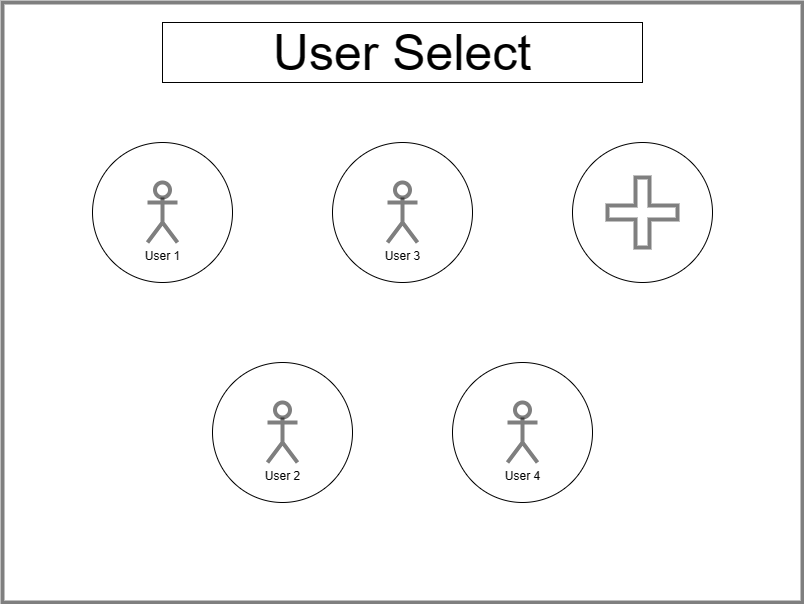
Warp2063/teched-102 keeps this draw.io diagram as Prototype.drawio.png. Above is the earlier version. Source tidied: cells renumbered, new cells last; positions are measured from the earlier drawing's top-left corner, leaving out a move shared by most shapes. The source it was exported from:
```xml
<mxGraphModel>
  <root>
    <mxCell id="0" />
    <mxCell id="1" parent="0" />
    <mxCell id="2" style="rounded=0;whiteSpace=wrap;html=1;opacity=50;strokeWidth=4;" parent="1" vertex="1">
      <mxGeometry width="800" height="600" as="geometry" />
    </mxCell>
    <mxCell id="3" style="rounded=0;whiteSpace=wrap;html=1;" parent="1" vertex="1">
      <mxGeometry x="160" y="20" width="480" height="60" as="geometry" />
    </mxCell>
    <mxCell id="4" value="User Select" style="text;html=1;strokeColor=none;fillColor=none;align=center;verticalAlign=middle;whiteSpace=wrap;rounded=0;fontSize=50;fontFamily=Helvetica;" parent="1" vertex="1">
      <mxGeometry x="160" y="20" width="480" height="60" as="geometry" />
    </mxCell>
    <mxCell id="5" style="ellipse;whiteSpace=wrap;html=1;" parent="1" vertex="1">
      <mxGeometry x="90" y="140" width="140" height="140" as="geometry" />
    </mxCell>
    <mxCell id="6" style="ellipse;whiteSpace=wrap;html=1;" parent="1" vertex="1">
      <mxGeometry x="450" y="360" width="140" height="140" as="geometry" />
    </mxCell>
    <mxCell id="7" style="ellipse;whiteSpace=wrap;html=1;verticalAlign=top;" parent="1" vertex="1">
      <mxGeometry x="210" y="360" width="140" height="140" as="geometry" />
    </mxCell>
    <mxCell id="8" style="ellipse;whiteSpace=wrap;html=1;" parent="1" vertex="1">
      <mxGeometry x="570" y="140" width="140" height="140" as="geometry" />
    </mxCell>
    <mxCell id="9" style="ellipse;whiteSpace=wrap;html=1;" parent="1" vertex="1">
      <mxGeometry x="330" y="140" width="140" height="140" as="geometry" />
    </mxCell>
    <mxCell id="10" value="User 3" style="shape=umlActor;verticalLabelPosition=bottom;verticalAlign=top;html=1;strokeWidth=4;fontFamily=Helvetica;fontSize=12;opacity=50;" parent="1" vertex="1">
      <mxGeometry x="385" y="180" width="30" height="60" as="geometry" />
    </mxCell>
    <mxCell id="11" value="&lt;font style=&quot;font-size: 12px;&quot;&gt;User 4&lt;br&gt;&lt;/font&gt;" style="shape=umlActor;verticalLabelPosition=bottom;verticalAlign=top;html=1;strokeWidth=4;fontFamily=Helvetica;fontSize=12;opacity=50;" parent="1" vertex="1">
      <mxGeometry x="505" y="400" width="30" height="60" as="geometry" />
    </mxCell>
    <mxCell id="12" value="User 2" style="shape=umlActor;verticalLabelPosition=bottom;verticalAlign=top;html=1;strokeWidth=4;fontFamily=Helvetica;fontSize=12;opacity=50;" parent="1" vertex="1">
      <mxGeometry x="265" y="400" width="30" height="60" as="geometry" />
    </mxCell>
    <mxCell id="13" value="User 1" style="shape=umlActor;verticalLabelPosition=bottom;verticalAlign=top;html=1;strokeWidth=4;fontFamily=Helvetica;fontSize=12;opacity=50;" parent="1" vertex="1">
      <mxGeometry x="145" y="180" width="30" height="60" as="geometry" />
    </mxCell>
    <mxCell id="14" style="shape=cross;whiteSpace=wrap;html=1;strokeWidth=4;fontFamily=Helvetica;fontSize=12;opacity=50;" parent="1" vertex="1">
      <mxGeometry x="605" y="175" width="70" height="70" as="geometry" />
    </mxCell>
  </root>
</mxGraphModel>
```
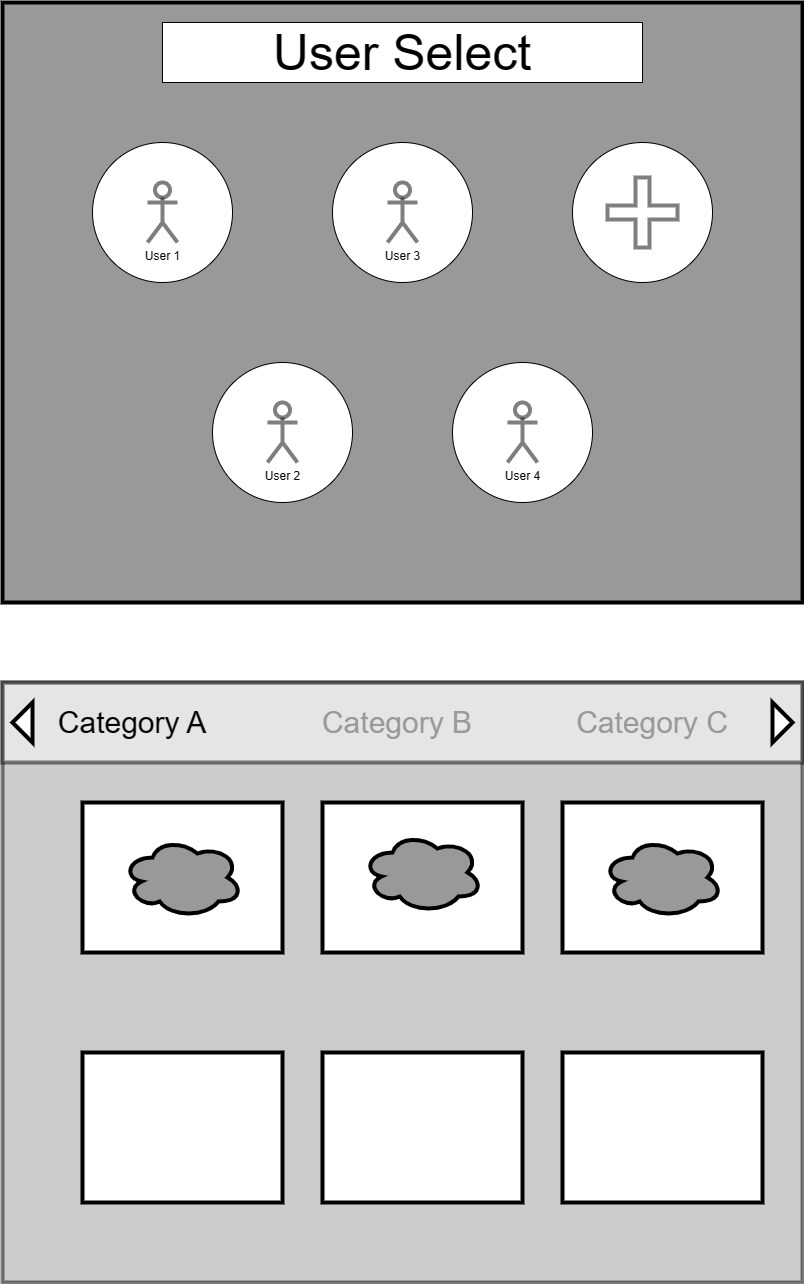
The same diagram one commit later.

Commit message:
Update Prototype.drawio.png with a category select screen

The edit, as a diff of the source:
```diff
@@ -2,7 +2,7 @@
   <root>
     <mxCell id="0" />
     <mxCell id="1" parent="0" />
-    <mxCell id="2" style="rounded=0;whiteSpace=wrap;html=1;opacity=50;strokeWidth=4;" parent="1" vertex="1">
+    <mxCell id="2" style="rounded=0;whiteSpace=wrap;html=1;strokeWidth=4;labelBackgroundColor=default;fillColor=#999999;strokeColor=#000000;" parent="1" vertex="1">
       <mxGeometry width="800" height="600" as="geometry" />
     </mxCell>
     <mxCell id="3" style="rounded=0;whiteSpace=wrap;html=1;" parent="1" vertex="1">
@@ -41,5 +41,53 @@
     <mxCell id="14" style="shape=cross;whiteSpace=wrap;html=1;strokeWidth=4;fontFamily=Helvetica;fontSize=12;opacity=50;" parent="1" vertex="1">
       <mxGeometry x="605" y="175" width="70" height="70" as="geometry" />
     </mxCell>
+    <mxCell id="15" style="rounded=0;whiteSpace=wrap;html=1;strokeWidth=4;fontFamily=Helvetica;fontSize=12;opacity=50;fillColor=#999999;" parent="1" vertex="1">
+      <mxGeometry y="680" width="800" height="600" as="geometry" />
+    </mxCell>
+    <mxCell id="16" style="rounded=0;whiteSpace=wrap;html=1;strokeWidth=4;fontFamily=Helvetica;fontSize=12;opacity=50;" parent="1" vertex="1">
+      <mxGeometry y="680" width="800" height="80" as="geometry" />
+    </mxCell>
+    <mxCell id="17" value="&lt;font style=&quot;font-size: 30px;&quot;&gt;Category A&lt;/font&gt;" style="text;html=1;strokeColor=none;fillColor=none;align=center;verticalAlign=middle;whiteSpace=wrap;rounded=0;fontSize=12;fontFamily=Helvetica;" parent="1" vertex="1">
+      <mxGeometry x="20" y="680" width="220" height="80" as="geometry" />
+    </mxCell>
+    <mxCell id="18" style="triangle;whiteSpace=wrap;html=1;labelBackgroundColor=default;strokeColor=#000000;strokeWidth=4;fontFamily=Helvetica;fontSize=30;fillColor=#FFFFFF;" parent="1" vertex="1">
+      <mxGeometry x="770" y="700" width="20" height="40" as="geometry" />
+    </mxCell>
+    <mxCell id="19" style="triangle;whiteSpace=wrap;html=1;labelBackgroundColor=default;strokeColor=#000000;strokeWidth=4;fontFamily=Helvetica;fontSize=30;fillColor=#FFFFFF;rotation=-180;" parent="1" vertex="1">
+      <mxGeometry x="10" y="700" width="20" height="40" as="geometry" />
+    </mxCell>
+    <mxCell id="20" value="&lt;font style=&quot;font-size: 30px;&quot;&gt;Category B&lt;/font&gt;" style="text;html=1;strokeColor=none;fillColor=none;align=center;verticalAlign=middle;whiteSpace=wrap;rounded=0;fontSize=12;fontFamily=Helvetica;fontColor=#999999;" parent="1" vertex="1">
+      <mxGeometry x="285" y="680" width="220" height="80" as="geometry" />
+    </mxCell>
+    <mxCell id="21" value="&lt;font style=&quot;font-size: 30px;&quot;&gt;Category C&lt;/font&gt;" style="text;html=1;strokeColor=none;fillColor=none;align=center;verticalAlign=middle;whiteSpace=wrap;rounded=0;fontSize=12;fontFamily=Helvetica;fontColor=#999999;" parent="1" vertex="1">
+      <mxGeometry x="540" y="680" width="220" height="80" as="geometry" />
+    </mxCell>
+    <mxCell id="22" style="rounded=0;whiteSpace=wrap;html=1;labelBackgroundColor=default;strokeColor=#000000;strokeWidth=4;fontFamily=Helvetica;fontSize=30;fontColor=#999999;fillColor=#FFFFFF;" parent="1" vertex="1">
+      <mxGeometry x="80" y="800" width="200" height="150" as="geometry" />
+    </mxCell>
+    <mxCell id="23" style="rounded=0;whiteSpace=wrap;html=1;labelBackgroundColor=default;strokeColor=#000000;strokeWidth=4;fontFamily=Helvetica;fontSize=30;fontColor=#999999;fillColor=#FFFFFF;" parent="1" vertex="1">
+      <mxGeometry x="560" y="1050" width="200" height="150" as="geometry" />
+    </mxCell>
+    <mxCell id="24" style="rounded=0;whiteSpace=wrap;html=1;labelBackgroundColor=default;strokeColor=#000000;strokeWidth=4;fontFamily=Helvetica;fontSize=30;fontColor=#999999;fillColor=#FFFFFF;" parent="1" vertex="1">
+      <mxGeometry x="320" y="1050" width="200" height="150" as="geometry" />
+    </mxCell>
+    <mxCell id="25" style="rounded=0;whiteSpace=wrap;html=1;labelBackgroundColor=default;strokeColor=#000000;strokeWidth=4;fontFamily=Helvetica;fontSize=30;fontColor=#999999;fillColor=#FFFFFF;" parent="1" vertex="1">
+      <mxGeometry x="80" y="1050" width="200" height="150" as="geometry" />
+    </mxCell>
+    <mxCell id="26" style="rounded=0;whiteSpace=wrap;html=1;labelBackgroundColor=default;strokeColor=#000000;strokeWidth=4;fontFamily=Helvetica;fontSize=30;fontColor=#999999;fillColor=#FFFFFF;" parent="1" vertex="1">
+      <mxGeometry x="560" y="800" width="200" height="150" as="geometry" />
+    </mxCell>
+    <mxCell id="27" style="rounded=0;whiteSpace=wrap;html=1;labelBackgroundColor=default;strokeColor=#000000;strokeWidth=4;fontFamily=Helvetica;fontSize=30;fontColor=#999999;fillColor=#FFFFFF;" parent="1" vertex="1">
+      <mxGeometry x="320" y="800" width="200" height="150" as="geometry" />
+    </mxCell>
+    <mxCell id="28" style="ellipse;shape=cloud;whiteSpace=wrap;html=1;labelBackgroundColor=default;strokeColor=#000000;strokeWidth=4;fontFamily=Helvetica;fontSize=30;fontColor=#999999;fillColor=#999999;" parent="1" vertex="1">
+      <mxGeometry x="120" y="835" width="120" height="80" as="geometry" />
+    </mxCell>
+    <mxCell id="29" style="ellipse;shape=cloud;whiteSpace=wrap;html=1;labelBackgroundColor=default;strokeColor=#000000;strokeWidth=4;fontFamily=Helvetica;fontSize=30;fontColor=#999999;fillColor=#999999;" parent="1" vertex="1">
+      <mxGeometry x="360" y="830" width="120" height="80" as="geometry" />
+    </mxCell>
+    <mxCell id="30" style="ellipse;shape=cloud;whiteSpace=wrap;html=1;labelBackgroundColor=default;strokeColor=#000000;strokeWidth=4;fontFamily=Helvetica;fontSize=30;fontColor=#999999;fillColor=#999999;" parent="1" vertex="1">
+      <mxGeometry x="600" y="835" width="120" height="80" as="geometry" />
+    </mxCell>
   </root>
 </mxGraphModel>
```
